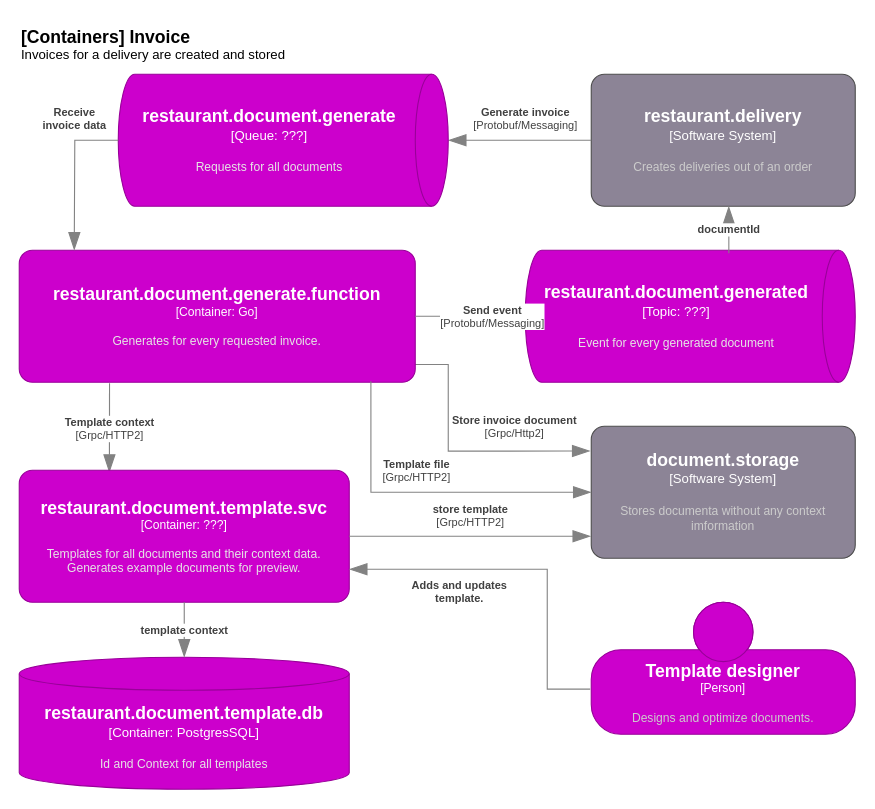
Earlier version of the draw.io diagram documentation/raw/containercontext.invoice.drawio (KinNeko-De/restaurant). Source tidied: cells renumbered, new cells numbered last; positions are measured from the earlier drawing's top-left corner, leaving out a move shared by most shapes. Both pictures are drawn from the tidied source at 110%, with x=0, y=0 at pixel (19, 19).
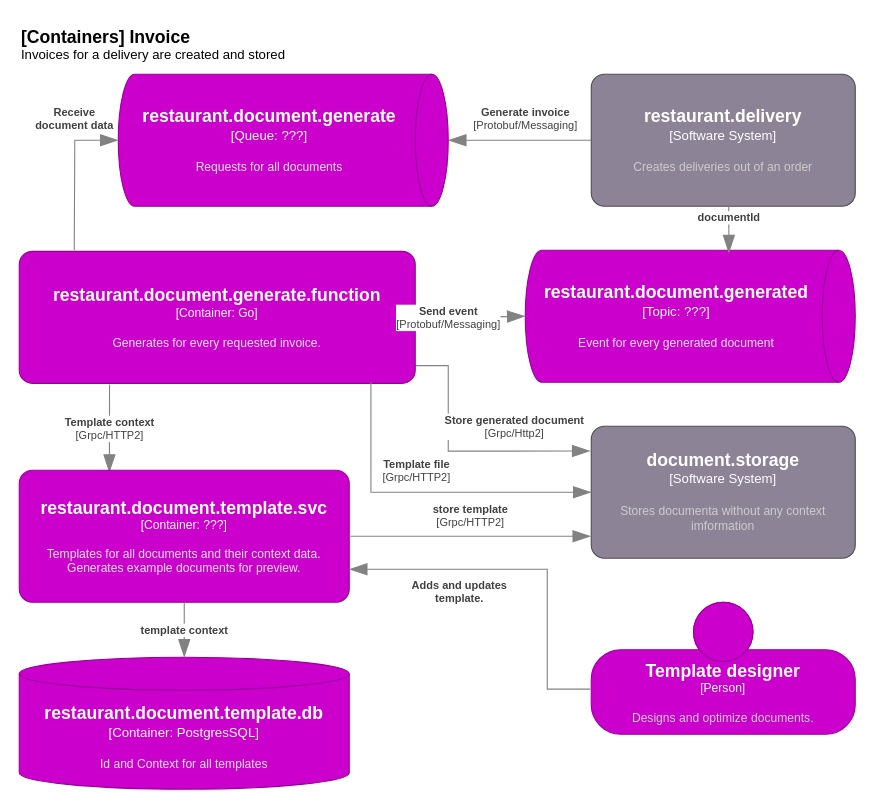
The same page after the edit.

Commit message (it also covers changes not shown here):
add compontent diagram for generate document

The change refers to these unchanged cells:
```xml
<object id="3" label="&lt;font style=&quot;font-size: 16px&quot;&gt;&lt;b&gt;%c4Name%&lt;/b&gt;&lt;/font&gt;&lt;div&gt;[%c4Type%]&lt;/div&gt;&lt;br&gt;&lt;div&gt;&lt;font style=&quot;font-size: 11px&quot;&gt;&lt;font color=&quot;#cccccc&quot;&gt;%c4Description%&lt;/font&gt;&lt;/div&gt;" c4Description="Stores documenta without any context imformation" c4Name="document.storage" c4Type="Software System" placeholders="1">
  <mxCell style="rounded=1;whiteSpace=wrap;html=1;labelBackgroundColor=none;fillColor=#8C8496;fontColor=#ffffff;align=center;arcSize=10;strokeColor=#4D4D4D;points=[[0.25,0,0],[0.5,0,0],[0.75,0,0],[1,0.25,0],[1,0.5,0],[1,0.75,0],[0.75,1,0],[0.5,1,0],[0.25,1,0],[0,0.75,0],[0,0.5,0],[0,0.25,0]];" parent="1" vertex="1">
    <mxGeometry x="520" y="370" width="240" height="120" as="geometry" />
  </mxCell>
</object>
<object id="8" label="&lt;font style=&quot;font-size: 16px&quot;&gt;&lt;b&gt;%c4Type%&lt;/b&gt;&lt;/font&gt;&lt;div&gt;[%c4Container%:&amp;nbsp;%c4Technology%]&lt;/div&gt;&lt;br&gt;&lt;div&gt;&lt;font style=&quot;font-size: 11px&quot;&gt;&lt;font color=&quot;#E6E6E6&quot;&gt;%c4Description%&lt;/font&gt;&lt;/div&gt;" c4Container="Queue" c4Description="Requests for all documents" c4Technology="???" c4Type="restaurant.document.generate" placeholders="1">
  <mxCell style="shape=cylinder3;size=15;direction=south;whiteSpace=wrap;html=1;boundedLbl=1;rounded=0;labelBackgroundColor=none;fillColor=#CC00CC;fontSize=12;fontColor=#ffffff;align=center;strokeColor=#990099;points=[[0.5,0,0],[1,0.25,0],[1,0.5,0],[1,0.75,0],[0.5,1,0],[0,0.75,0],[0,0.5,0],[0,0.25,0]];" parent="1" vertex="1">
    <mxGeometry x="90" y="50" width="300" height="120" as="geometry" />
  </mxCell>
</object>
<object id="10" label="&lt;font style=&quot;font-size: 16px&quot;&gt;&lt;b&gt;%c4Type%&lt;/b&gt;&lt;/font&gt;&lt;div&gt;[%c4Container%:&amp;nbsp;%c4Technology%]&lt;/div&gt;&lt;br&gt;&lt;div&gt;&lt;font style=&quot;font-size: 11px&quot;&gt;&lt;font color=&quot;#E6E6E6&quot;&gt;%c4Description%&lt;/font&gt;&lt;/div&gt;" c4Container="Topic" c4Description="Event for every generated document" c4Technology="???" c4Type="restaurant.document.generated" placeholders="1">
  <mxCell style="shape=cylinder3;size=15;direction=south;whiteSpace=wrap;html=1;boundedLbl=1;rounded=0;labelBackgroundColor=none;fillColor=#CC00CC;fontSize=12;fontColor=#ffffff;align=center;strokeColor=#990099;points=[[0.5,0,0],[1,0.25,0],[1,0.5,0],[1,0.75,0],[0.5,1,0],[0,0.75,0],[0,0.5,0],[0,0.25,0]];" parent="1" vertex="1">
    <mxGeometry x="460" y="210" width="300" height="120" as="geometry" />
  </mxCell>
</object>
```

Diff of the diagram source:
```diff
@@
-    <object id="5" label="&lt;div style=&quot;text-align: left&quot;&gt;&lt;div style=&quot;text-align: center&quot;&gt;&lt;b&gt;%c4Description%&lt;/b&gt;&lt;/div&gt;&lt;div style=&quot;text-align: center&quot;&gt;[%c4Technology%]&lt;/div&gt;&lt;/div&gt;" c4Description="Store invoice document" c4Technology="Grpc/Http2" placeholders="1">
+    <object id="5" label="&lt;div style=&quot;text-align: left&quot;&gt;&lt;div style=&quot;text-align: center&quot;&gt;&lt;b&gt;%c4Description%&lt;/b&gt;&lt;/div&gt;&lt;div style=&quot;text-align: center&quot;&gt;[%c4Technology%]&lt;/div&gt;&lt;/div&gt;" c4Description="Store generated document" c4Technology="Grpc/Http2" placeholders="1">
       <mxCell style="endArrow=blockThin;html=1;fontSize=10;fontColor=#404040;strokeWidth=1;endFill=1;strokeColor=#828282;elbow=vertical;endSize=14;startSize=14;jumpStyle=arc;jumpSize=16;rounded=0;edgeStyle=orthogonalEdgeStyle;entryX=-0.004;entryY=0.188;entryDx=0;entryDy=0;entryPerimeter=0;exitX=0.985;exitY=0.866;exitDx=0;exitDy=0;exitPerimeter=0;" parent="1" edge="1" source="7" target="3">
         <mxGeometry x="0.43" y="23" relative="1" as="geometry">
           <Array as="points">
             <mxPoint x="390" y="314" />
             <mxPoint x="390" y="393" />
           </Array>
         </mxGeometry>
       </mxCell>
     </object>
@@
     <object id="7" label="&lt;font style=&quot;font-size: 16px&quot;&gt;&lt;b&gt;%c4Name%&lt;/b&gt;&lt;/font&gt;&lt;div&gt;[%c4Type%: %c4Technology%]&lt;/div&gt;&lt;br&gt;&lt;div&gt;&lt;font style=&quot;font-size: 11px&quot;&gt;&lt;font color=&quot;#E6E6E6&quot;&gt;%c4Description%&lt;/font&gt;&lt;/div&gt;" c4Description="Generates for every requested invoice." c4Name="restaurant.document.generate.function" c4Technology="Go" c4Type="Container" placeholders="1">
       <mxCell style="rounded=1;whiteSpace=wrap;html=1;fontSize=11;labelBackgroundColor=none;fillColor=#CC00CC;fontColor=#ffffff;align=center;arcSize=10;strokeColor=#990099;points=[[0.25,0,0],[0.5,0,0],[0.75,0,0],[1,0.25,0],[1,0.5,0],[1,0.75,0],[0.75,1,0],[0.5,1,0],[0.25,1,0],[0,0.75,0],[0,0.5,0],[0,0.25,0]];imageWidth=24;imageHeight=24;" parent="1" vertex="1">
-        <mxGeometry y="210" width="360" height="120" as="geometry" />
+        <mxGeometry y="211" width="360" height="120" as="geometry" />
       </mxCell>
     </object>
@@
-    <object id="9" label="&lt;div style=&quot;text-align: left&quot;&gt;&lt;div style=&quot;text-align: center&quot;&gt;&lt;b&gt;%c4Description%&lt;/b&gt;&lt;/div&gt;" c4Description="Receive&#10;invoice data" placeholders="1">
-      <mxCell style="endArrow=blockThin;html=1;fontSize=10;fontColor=#404040;strokeWidth=1;endFill=1;strokeColor=#828282;elbow=vertical;endSize=14;startSize=14;jumpStyle=arc;jumpSize=16;rounded=0;edgeStyle=orthogonalEdgeStyle;exitX=0.5;exitY=1;exitDx=0;exitDy=0;exitPerimeter=0;" parent="1" edge="1" source="8">
+    <object id="9" label="&lt;div style=&quot;text-align: left&quot;&gt;&lt;div style=&quot;text-align: center&quot;&gt;&lt;b&gt;%c4Description%&lt;/b&gt;&lt;/div&gt;" c4Description="Receive&#10;document data" placeholders="1">
+      <mxCell style="endArrow=none;html=1;fontSize=10;fontColor=#404040;strokeWidth=1;endFill=0;strokeColor=#828282;elbow=vertical;endSize=14;startSize=14;jumpStyle=arc;jumpSize=16;rounded=0;edgeStyle=orthogonalEdgeStyle;exitX=0.5;exitY=1;exitDx=0;exitDy=0;exitPerimeter=0;startArrow=blockThin;startFill=1;" parent="1" edge="1" source="8">
         <mxGeometry x="-0.43" y="-20" relative="1" as="geometry">
           <mxPoint x="50" y="210" as="targetPoint" />
           <mxPoint x="20" y="-20" as="offset" />
         </mxGeometry>
       </mxCell>
     </object>
@@
     <object id="12" label="&lt;div style=&quot;text-align: left&quot;&gt;&lt;div style=&quot;text-align: center&quot;&gt;&lt;b&gt;%c4Description%&lt;/b&gt;&lt;/div&gt;" c4Description="documentId" placeholders="1">
-      <mxCell style="endArrow=blockThin;html=1;fontSize=10;fontColor=#404040;strokeWidth=1;endFill=1;strokeColor=#828282;elbow=vertical;endSize=14;startSize=14;jumpStyle=arc;jumpSize=16;rounded=0;edgeStyle=orthogonalEdgeStyle;exitX=0.022;exitY=0.383;exitDx=0;exitDy=0;exitPerimeter=0;" parent="1" edge="1" source="10">
-        <mxGeometry relative="1" as="geometry">
+      <mxCell style="endArrow=none;html=1;fontSize=10;fontColor=#404040;strokeWidth=1;endFill=0;strokeColor=#828282;elbow=vertical;endSize=14;startSize=14;jumpStyle=arc;jumpSize=16;rounded=0;edgeStyle=orthogonalEdgeStyle;exitX=0.022;exitY=0.383;exitDx=0;exitDy=0;exitPerimeter=0;startArrow=blockThin;startFill=1;" parent="1" edge="1" source="10">
+        <mxGeometry x="0.59" relative="1" as="geometry">
           <mxPoint x="645" y="170" as="targetPoint" />
+          <mxPoint y="1" as="offset" />
         </mxGeometry>
       </mxCell>
     </object>
```
